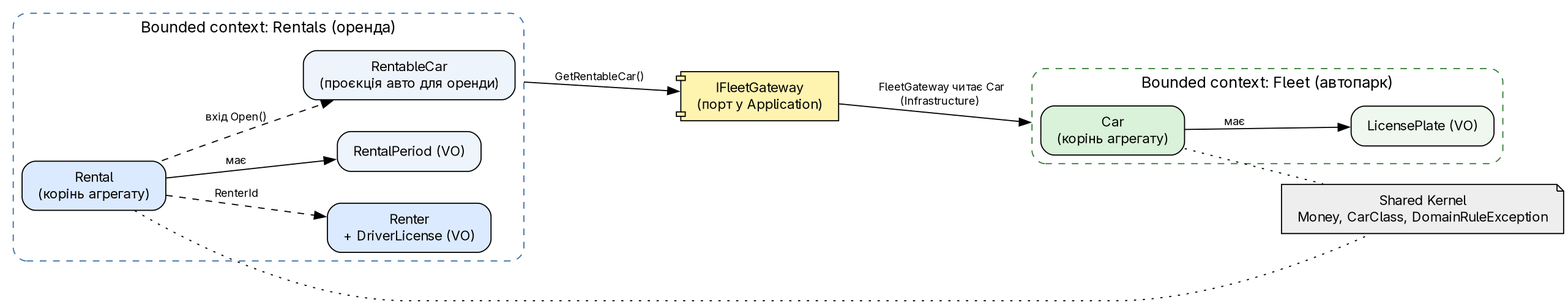
brizzinck/krinzhrepoduta keeps this Graphviz diagram as arch/pz-1/img/contexts.png. Above is the earlier version. Its source is kept beside it as arch/pz-1/evidence/contexts.dot. The source it was exported from:
```dot
digraph contexts {
  rankdir=LR; fontname="DejaVu Sans"; compound=true; nodesep=0.4; ranksep=0.9;
  node [shape=box, style="rounded,filled", fontname="DejaVu Sans", fontsize=12, margin="0.2,0.1"];
  edge [fontname="DejaVu Sans", fontsize=10];
  subgraph cluster_rentals {
    label="Bounded context: Rentals (оренда)"; style="rounded,dashed"; color="#3b6ea5"; fontname="DejaVu Sans";
    rental [label="Rental\n(корінь агрегату)", fillcolor="#dbeafe"];
    renter [label="Renter\n+ DriverLicense (VO)", fillcolor="#dbeafe"];
    period [label="RentalPeriod (VO)", fillcolor="#eef4fb"];
    rentable [label="RentableCar\n(проєкція авто для оренди)", fillcolor="#eef4fb"];
    rental -> renter [label=" RenterId", style=dashed];
    rental -> period [label=" має"];
    rental -> rentable [label=" вхід Open()", style=dashed];
  }
  gateway [label="IFleetGateway\n(порт у Application)", shape=component, fillcolor="#fff3b0"];
  subgraph cluster_fleet {
    label="Bounded context: Fleet (автопарк)"; style="rounded,dashed"; color="#2f7d32"; fontname="DejaVu Sans";
    car [label="Car\n(корінь агрегату)", fillcolor="#d9f2d9"];
    plate [label="LicensePlate (VO)", fillcolor="#eef8ee"];
    car -> plate [label=" має"];
  }
  kernel [label="Shared Kernel\nMoney, CarClass, DomainRuleException", shape=note, fillcolor="#eeeeee"];
  rentable -> gateway [label=" GetRentableCar()", ltail=cluster_rentals];
  gateway -> car [label=" FleetGateway читає Car\n(Infrastructure)", lhead=cluster_fleet];
  rental -> kernel [style=dotted, arrowhead=none]; car -> kernel [style=dotted, arrowhead=none];
}
```
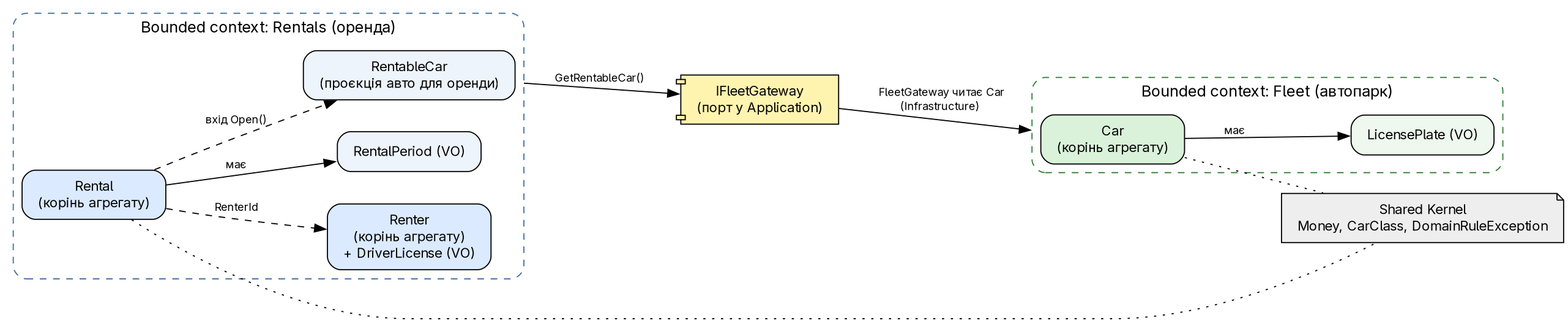
The same file after the commit.

The edit, as a diff of the source:
```diff
@@ -5,7 +5,7 @@
   subgraph cluster_rentals {
     label="Bounded context: Rentals (оренда)"; style="rounded,dashed"; color="#3b6ea5"; fontname="DejaVu Sans";
     rental [label="Rental\n(корінь агрегату)", fillcolor="#dbeafe"];
-    renter [label="Renter\n+ DriverLicense (VO)", fillcolor="#dbeafe"];
+    renter [label="Renter\n(корінь агрегату)\n+ DriverLicense (VO)", fillcolor="#dbeafe"];
     period [label="RentalPeriod (VO)", fillcolor="#eef4fb"];
     rentable [label="RentableCar\n(проєкція авто для оренди)", fillcolor="#eef4fb"];
     rental -> renter [label=" RenterId", style=dashed];
```
